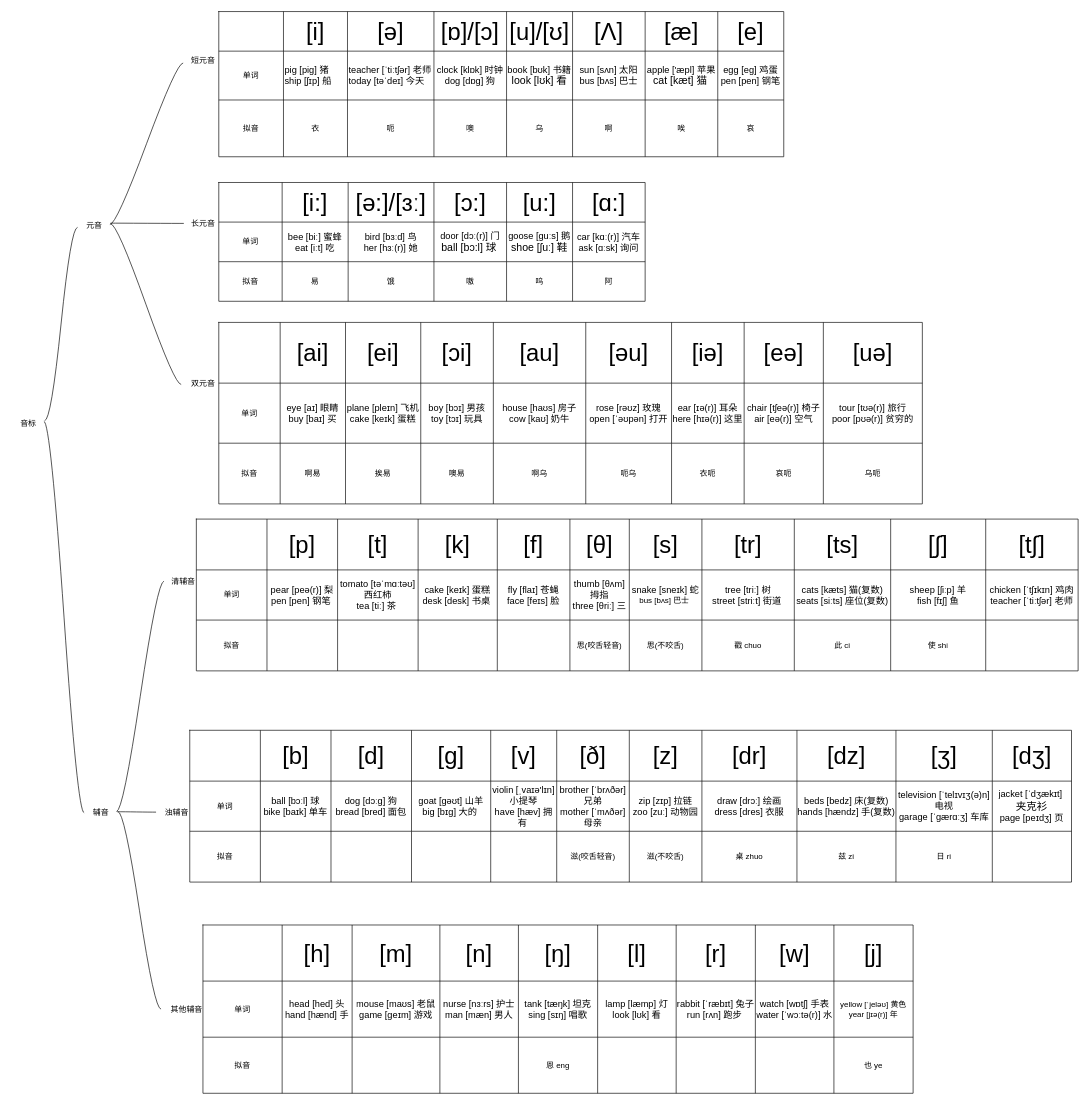
Earlier version of the draw.io diagram page "第 2 页" (2 of 2) of 未命名表单.drawio (gituserc123/HelloWorld). Source tidied: cells renumbered, new cells numbered last; positions are measured from the earlier drawing's top-left corner, leaving out a move shared by most shapes. Both pictures are drawn from the tidied source at 66%, with x=0, y=0 at pixel (11, 11).
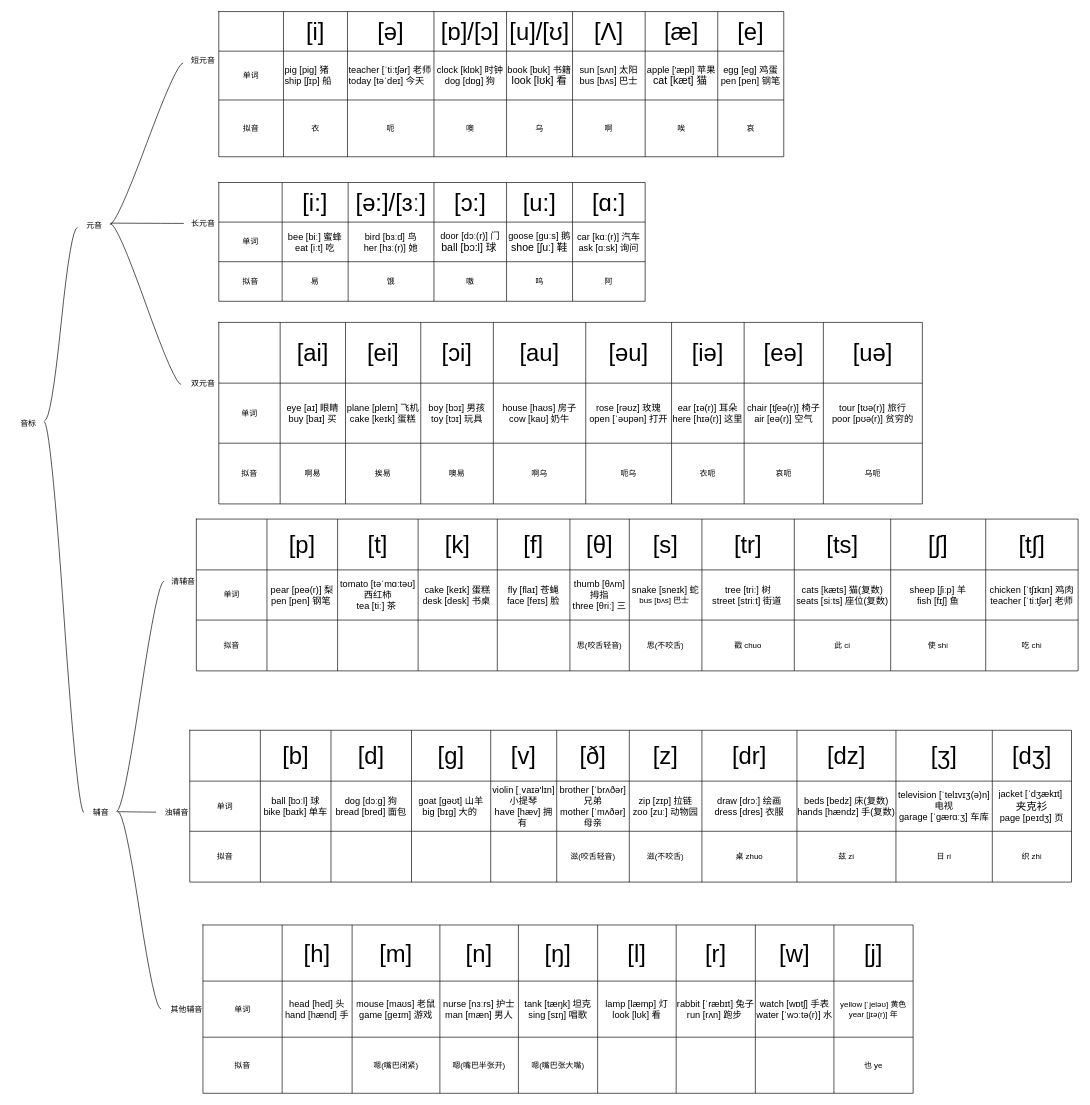
Above is the later version.

Commit message (it also covers changes not shown here):
更新未命名表单.drawio

The change refers to these unchanged cells:
```xml
<mxCell id="120" style="shape=tableRow;horizontal=0;startSize=0;swimlaneHead=0;swimlaneBody=0;strokeColor=inherit;top=0;left=0;bottom=0;right=0;fillColor=none;" parent="95" vertex="1">
  <mxGeometry y="153" width="1336" height="77" as="geometry" />
</mxCell>
<mxCell id="162" style="shape=tableRow;horizontal=0;startSize=0;swimlaneHead=0;swimlaneBody=0;strokeColor=inherit;top=0;left=0;bottom=0;right=0;fillColor=none;" parent="137" vertex="1">
  <mxGeometry y="153" width="1336" height="77" as="geometry" />
</mxCell>
<mxCell id="195" style="shape=tableRow;horizontal=0;startSize=0;swimlaneHead=0;swimlaneBody=0;strokeColor=inherit;top=0;left=0;bottom=0;right=0;fillColor=none;" parent="174" vertex="1">
  <mxGeometry y="170" width="1076" height="85" as="geometry" />
</mxCell>
```

Diff of the diagram source:
```diff
@@
-    <mxCell id="131" style="shape=partialRectangle;html=1;whiteSpace=wrap;strokeColor=inherit;overflow=hidden;fillColor=none;top=0;left=0;bottom=0;right=0;" parent="120" vertex="1">
+    <mxCell id="131" value="吃 chi" style="shape=partialRectangle;html=1;whiteSpace=wrap;strokeColor=inherit;overflow=hidden;fillColor=none;top=0;left=0;bottom=0;right=0;" parent="120" vertex="1">
       <mxGeometry x="1196" width="140" height="77" as="geometry" />
     </mxCell>
@@
-    <mxCell id="173" style="shape=partialRectangle;html=1;whiteSpace=wrap;strokeColor=inherit;overflow=hidden;fillColor=none;top=0;left=0;bottom=0;right=0;" parent="162" vertex="1">
+    <mxCell id="173" value="织 zhi" style="shape=partialRectangle;html=1;whiteSpace=wrap;strokeColor=inherit;overflow=hidden;fillColor=none;top=0;left=0;bottom=0;right=0;" parent="162" vertex="1">
       <mxGeometry x="1216" width="120" height="77" as="geometry" />
     </mxCell>
@@
-    <mxCell id="198" style="shape=partialRectangle;html=1;whiteSpace=wrap;strokeColor=inherit;overflow=hidden;fillColor=none;top=0;left=0;bottom=0;right=0;" parent="195" vertex="1">
+    <mxCell id="198" value="嗯(嘴巴闭紧)" style="shape=partialRectangle;html=1;whiteSpace=wrap;strokeColor=inherit;overflow=hidden;fillColor=none;top=0;left=0;bottom=0;right=0;" parent="195" vertex="1">
       <mxGeometry x="226" width="133" height="85" as="geometry" />
     </mxCell>
-    <mxCell id="199" style="shape=partialRectangle;html=1;whiteSpace=wrap;strokeColor=inherit;overflow=hidden;fillColor=none;top=0;left=0;bottom=0;right=0;" parent="195" vertex="1">
+    <mxCell id="199" value="嗯(嘴巴半张开)" style="shape=partialRectangle;html=1;whiteSpace=wrap;strokeColor=inherit;overflow=hidden;fillColor=none;top=0;left=0;bottom=0;right=0;" parent="195" vertex="1">
       <mxGeometry x="359" width="119" height="85" as="geometry" />
     </mxCell>
-    <mxCell id="200" value="恩 eng" style="shape=partialRectangle;html=1;whiteSpace=wrap;strokeColor=inherit;overflow=hidden;fillColor=none;top=0;left=0;bottom=0;right=0;" parent="195" vertex="1">
+    <mxCell id="200" value="嗯(嘴巴张大嘴)" style="shape=partialRectangle;html=1;whiteSpace=wrap;strokeColor=inherit;overflow=hidden;fillColor=none;top=0;left=0;bottom=0;right=0;" parent="195" vertex="1">
       <mxGeometry x="478" width="120" height="85" as="geometry" />
     </mxCell>
```
